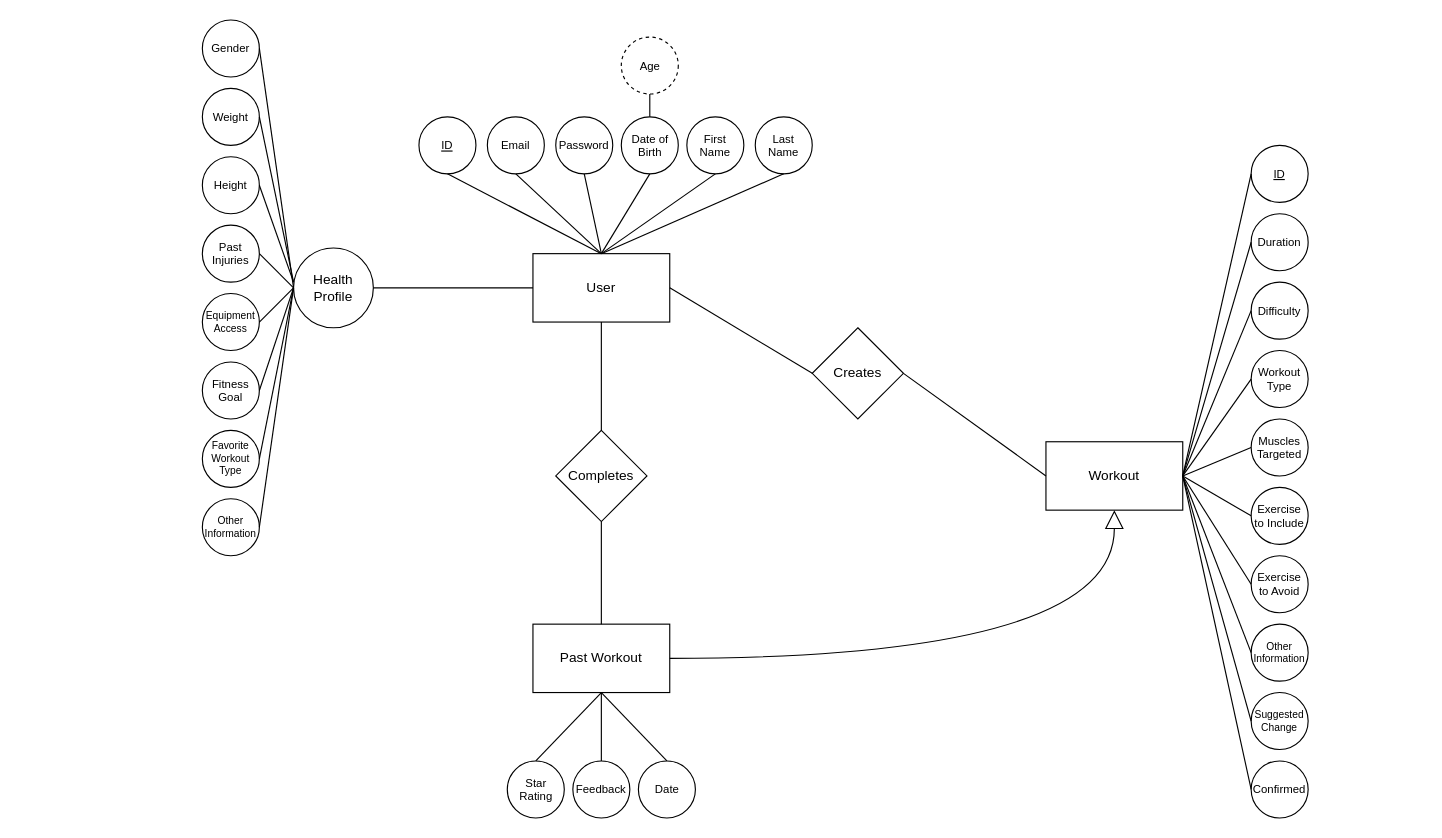
Earlier version of the draw.io diagram documents/Diagrams/ER_Diagram.drawio (Large-Lifting-Model/documents). Source tidied: cells renumbered, new cells numbered last; positions are measured from the earlier drawing's top-left corner, leaving out a move shared by most shapes. Both pictures are drawn from the tidied source at 114%, with x=0, y=0 at pixel (202, 19).
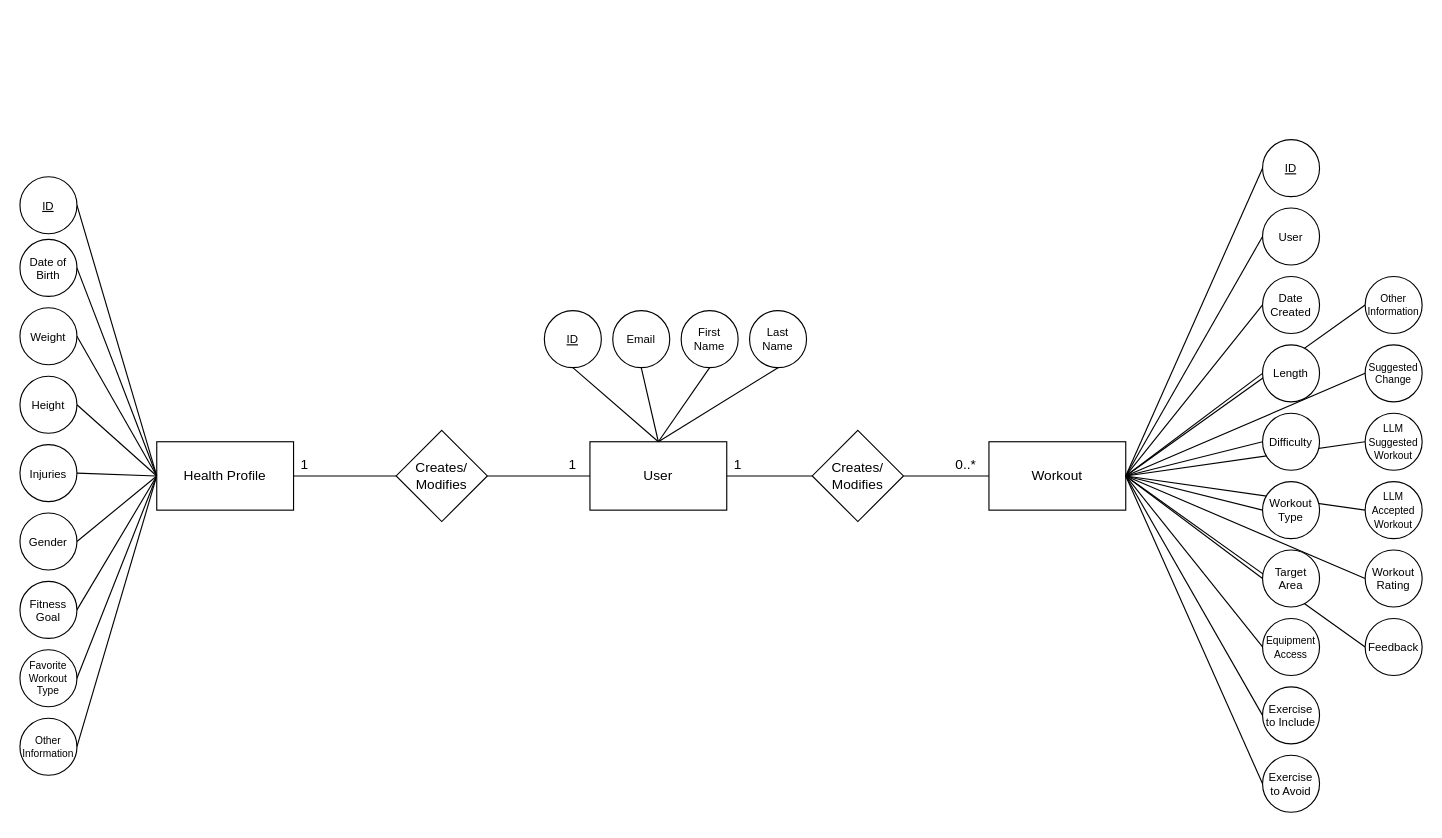
After the change.

What changed in the source:
```diff
@@
+    <mxCell id="59" style="endArrow=none;html=1;rounded=0;entryX=0;entryY=0.5;entryDx=0;entryDy=0;exitX=1;exitY=0.5;exitDx=0;exitDy=0;" parent="1" edge="1" source="4" target="22">
+      <mxGeometry relative="1" as="geometry" />
+    </mxCell>
+    <mxCell id="60" style="endArrow=none;html=1;rounded=0;entryX=0;entryY=0.5;entryDx=0;entryDy=0;exitX=1;exitY=0.5;exitDx=0;exitDy=0;" parent="1" edge="1" source="4" target="23">
+      <mxGeometry relative="1" as="geometry" />
+    </mxCell>
+    <mxCell id="61" style="endArrow=none;html=1;rounded=0;entryX=0;entryY=0.5;entryDx=0;entryDy=0;exitX=1;exitY=0.5;exitDx=0;exitDy=0;" parent="1" edge="1" source="4" target="24">
+      <mxGeometry relative="1" as="geometry" />
+    </mxCell>
+    <mxCell id="70" style="endArrow=none;html=1;rounded=0;entryX=1;entryY=0.5;entryDx=0;entryDy=0;exitX=0;exitY=0.5;exitDx=0;exitDy=0;" parent="1" edge="1" source="83" target="4">
+      <mxGeometry relative="1" as="geometry" />
+    </mxCell>
+    <mxCell id="71" style="endArrow=none;html=1;rounded=0;entryX=0;entryY=0.5;entryDx=0;entryDy=0;exitX=1;exitY=0.5;exitDx=0;exitDy=0;" parent="1" edge="1" source="4" target="21">
+      <mxGeometry relative="1" as="geometry" />
+    </mxCell>
+    <mxCell id="72" style="endArrow=none;html=1;rounded=0;entryX=0;entryY=0.5;entryDx=0;entryDy=0;exitX=1;exitY=0.5;exitDx=0;exitDy=0;" parent="1" edge="1" source="4" target="20">
+      <mxGeometry relative="1" as="geometry" />
+    </mxCell>
     <mxCell id="2" value="User" style="rounded=0;whiteSpace=wrap;html=1;" parent="1" vertex="1">
-      <mxGeometry x="290" y="205" width="120" height="60" as="geometry" />
+      <mxGeometry x="340" y="370" width="120" height="60" as="geometry" />
     </mxCell>
-    <mxCell id="3" value="Past Workout" style="rounded=0;whiteSpace=wrap;html=1;" parent="1" vertex="1">
-      <mxGeometry x="290" y="530" width="120" height="60" as="geometry" />
-    </mxCell>
     <mxCell id="4" value="Workout" style="rounded=0;whiteSpace=wrap;html=1;" parent="1" vertex="1">
-      <mxGeometry x="740" y="370" width="120" height="60" as="geometry" />
+      <mxGeometry x="690" y="370" width="120" height="60" as="geometry" />
     </mxCell>
     <mxCell id="5" value="ID" style="ellipse;whiteSpace=wrap;html=1;fontSize=10;fontStyle=4;" parent="1" vertex="1">
-      <mxGeometry x="190" y="85" width="50" height="50" as="geometry" />
+      <mxGeometry x="300" y="255" width="50" height="50" as="geometry" />
     </mxCell>
     <mxCell id="6" value="Height" style="ellipse;whiteSpace=wrap;html=1;fontSize=10;fontStyle=0;" parent="1" vertex="1">
-      <mxGeometry y="120" width="50" height="50" as="geometry" />
+      <mxGeometry x="-160" y="312.5" width="50" height="50" as="geometry" />
     </mxCell>
-    <mxCell id="7" value="Gender" style="ellipse;whiteSpace=wrap;html=1;fontSize=10;fontStyle=0;" parent="1" vertex="1">
-      <mxGeometry width="50" height="50" as="geometry" />
+    <mxCell id="7" value="Date of Birth" style="ellipse;whiteSpace=wrap;html=1;fontSize=10;fontStyle=0;" parent="1" vertex="1">
+      <mxGeometry x="-160" y="192.5" width="50" height="50" as="geometry" />
     </mxCell>
-    <mxCell id="8" value="Date of Birth" style="ellipse;whiteSpace=wrap;html=1;fontSize=10;fontStyle=0;" parent="1" vertex="1">
-      <mxGeometry x="367.5" y="85" width="50" height="50" as="geometry" />
-    </mxCell>
     <mxCell id="9" value="Last Name" style="ellipse;whiteSpace=wrap;html=1;fontSize=10;fontStyle=0;" parent="1" vertex="1">
-      <mxGeometry x="485" y="85" width="50" height="50" as="geometry" />
+      <mxGeometry x="480" y="255" width="50" height="50" as="geometry" />
     </mxCell>
     <mxCell id="10" value="First Name" style="ellipse;whiteSpace=wrap;html=1;fontSize=10;fontStyle=0;" parent="1" vertex="1">
-      <mxGeometry x="425" y="85" width="50" height="50" as="geometry" />
+      <mxGeometry x="420" y="255" width="50" height="50" as="geometry" />
     </mxCell>
-    <mxCell id="11" value="Password" style="ellipse;whiteSpace=wrap;html=1;fontSize=10;fontStyle=0;" parent="1" vertex="1">
-      <mxGeometry x="310" y="85" width="50" height="50" as="geometry" />
-    </mxCell>
     <mxCell id="12" value="Email" style="ellipse;whiteSpace=wrap;html=1;fontSize=10;fontStyle=0;" parent="1" vertex="1">
-      <mxGeometry x="250" y="85" width="50" height="50" as="geometry" />
+      <mxGeometry x="360" y="255" width="50" height="50" as="geometry" />
     </mxCell>
     <mxCell id="13" value="Other Information" style="ellipse;whiteSpace=wrap;html=1;fontSize=9;fontStyle=0;" parent="1" vertex="1">
-      <mxGeometry y="420" width="50" height="50" as="geometry" />
+      <mxGeometry x="-160" y="612.5" width="50" height="50" as="geometry" />
     </mxCell>
-    <mxCell id="14" value="Past Injuries" style="ellipse;whiteSpace=wrap;html=1;fontSize=10;fontStyle=0;" parent="1" vertex="1">
-      <mxGeometry y="180" width="50" height="50" as="geometry" />
+    <mxCell id="14" value="Injuries" style="ellipse;whiteSpace=wrap;html=1;fontSize=10;fontStyle=0;" parent="1" vertex="1">
+      <mxGeometry x="-160" y="372.5" width="50" height="50" as="geometry" />
     </mxCell>
-    <mxCell id="15" value="Equipment&lt;div style=&quot;font-size: 9px;&quot;&gt;Access&lt;/div&gt;" style="ellipse;whiteSpace=wrap;html=1;fontSize=9;fontStyle=0;" parent="1" vertex="1">
-      <mxGeometry y="240" width="50" height="50" as="geometry" />
+    <mxCell id="15" value="&lt;font style=&quot;font-size: 10px;&quot;&gt;Gender&lt;/font&gt;" style="ellipse;whiteSpace=wrap;html=1;fontSize=9;fontStyle=0;" parent="1" vertex="1">
+      <mxGeometry x="-160" y="432.5" width="50" height="50" as="geometry" />
     </mxCell>
     <mxCell id="16" value="Fitness Goal" style="ellipse;whiteSpace=wrap;html=1;fontSize=10;fontStyle=0;" parent="1" vertex="1">
-      <mxGeometry y="300" width="50" height="50" as="geometry" />
+      <mxGeometry x="-160" y="492.5" width="50" height="50" as="geometry" />
     </mxCell>
     <mxCell id="17" value="Favorite Workout Type" style="ellipse;whiteSpace=wrap;html=1;fontSize=9;fontStyle=0;" parent="1" vertex="1">
-      <mxGeometry y="360" width="50" height="50" as="geometry" />
+      <mxGeometry x="-160" y="552.5" width="50" height="50" as="geometry" />
     </mxCell>
     <mxCell id="18" value="Weight" style="ellipse;whiteSpace=wrap;html=1;fontSize=10;fontStyle=0;" parent="1" vertex="1">
-      <mxGeometry y="60" width="50" height="50" as="geometry" />
+      <mxGeometry x="-160" y="252.5" width="50" height="50" as="geometry" />
     </mxCell>
-    <mxCell id="19" value="Date" style="ellipse;whiteSpace=wrap;html=1;fontSize=10;fontStyle=0;" parent="1" vertex="1">
-      <mxGeometry x="382.5" y="650" width="50" height="50" as="geometry" />
+    <mxCell id="19" value="Date Created" style="ellipse;whiteSpace=wrap;html=1;fontSize=10;fontStyle=0;" parent="1" vertex="1">
+      <mxGeometry x="930" y="225" width="50" height="50" as="geometry" />
     </mxCell>
     <mxCell id="20" value="Feedback" style="ellipse;whiteSpace=wrap;html=1;fontSize=10;fontStyle=0;" parent="1" vertex="1">
-      <mxGeometry x="325" y="650" width="50" height="50" as="geometry" />
+      <mxGeometry x="1020" y="525" width="50" height="50" as="geometry" />
     </mxCell>
-    <mxCell id="21" value="Star Rating" style="ellipse;whiteSpace=wrap;html=1;fontSize=10;fontStyle=0;" parent="1" vertex="1">
-      <mxGeometry x="267.5" y="650" width="50" height="50" as="geometry" />
+    <mxCell id="21" value="Workout Rating" style="ellipse;whiteSpace=wrap;html=1;fontSize=10;fontStyle=0;" parent="1" vertex="1">
+      <mxGeometry x="1020" y="465" width="50" height="50" as="geometry" />
     </mxCell>
-    <mxCell id="22" value="Confirmed" style="ellipse;whiteSpace=wrap;html=1;fontSize=10;fontStyle=0;" parent="1" vertex="1">
-      <mxGeometry x="920" y="650" width="50" height="50" as="geometry" />
+    <mxCell id="22" value="&lt;font style=&quot;font-size: 9px;&quot;&gt;LLM Suggested Workout&lt;/font&gt;" style="ellipse;whiteSpace=wrap;html=1;fontSize=10;fontStyle=0;" parent="1" vertex="1">
+      <mxGeometry x="1020" y="345" width="50" height="50" as="geometry" />
     </mxCell>
     <mxCell id="23" value="Suggested Change" style="ellipse;whiteSpace=wrap;html=1;fontSize=9;fontStyle=0;" parent="1" vertex="1">
-      <mxGeometry x="920" y="590" width="50" height="50" as="geometry" />
+      <mxGeometry x="1020" y="285" width="50" height="50" as="geometry" />
     </mxCell>
     <mxCell id="24" value="Other Information" style="ellipse;whiteSpace=wrap;html=1;fontSize=9;fontStyle=0;" parent="1" vertex="1">
-      <mxGeometry x="920" y="530" width="50" height="50" as="geometry" />
+      <mxGeometry x="1020" y="225" width="50" height="50" as="geometry" />
     </mxCell>
     <mxCell id="25" value="Exercise to Avoid" style="ellipse;whiteSpace=wrap;html=1;fontSize=10;fontStyle=0;" parent="1" vertex="1">
-      <mxGeometry x="920" y="470" width="50" height="50" as="geometry" />
+      <mxGeometry x="930" y="645" width="50" height="50" as="geometry" />
     </mxCell>
     <mxCell id="26" value="Exercise to Include" style="ellipse;whiteSpace=wrap;html=1;fontSize=10;fontStyle=0;" parent="1" vertex="1">
-      <mxGeometry x="920" y="410" width="50" height="50" as="geometry" />
+      <mxGeometry x="930" y="585" width="50" height="50" as="geometry" />
     </mxCell>
-    <mxCell id="27" value="Muscles Targeted" style="ellipse;whiteSpace=wrap;html=1;fontSize=10;fontStyle=0;" parent="1" vertex="1">
-      <mxGeometry x="920" y="350" width="50" height="50" as="geometry" />
+    <mxCell id="27" value="Target Area" style="ellipse;whiteSpace=wrap;html=1;fontSize=10;fontStyle=0;" parent="1" vertex="1">
+      <mxGeometry x="930" y="465" width="50" height="50" as="geometry" />
     </mxCell>
     <mxCell id="28" value="Workout Type" style="ellipse;whiteSpace=wrap;html=1;fontSize=10;fontStyle=0;" parent="1" vertex="1">
-      <mxGeometry x="920" y="290" width="50" height="50" as="geometry" />
+      <mxGeometry x="930" y="405" width="50" height="50" as="geometry" />
     </mxCell>
     <mxCell id="29" value="Difficulty" style="ellipse;whiteSpace=wrap;html=1;fontSize=10;fontStyle=0;" parent="1" vertex="1">
-      <mxGeometry x="920" y="230" width="50" height="50" as="geometry" />
+      <mxGeometry x="930" y="345" width="50" height="50" as="geometry" />
     </mxCell>
-    <mxCell id="30" value="Duration" style="ellipse;whiteSpace=wrap;html=1;fontSize=10;fontStyle=0;" parent="1" vertex="1">
-      <mxGeometry x="920" y="170" width="50" height="50" as="geometry" />
+    <mxCell id="30" value="Length" style="ellipse;whiteSpace=wrap;html=1;fontSize=10;fontStyle=0;" parent="1" vertex="1">
+      <mxGeometry x="930" y="285" width="50" height="50" as="geometry" />
     </mxCell>
     <mxCell id="31" value="ID" style="ellipse;whiteSpace=wrap;html=1;fontSize=10;fontStyle=4;" parent="1" vertex="1">
-      <mxGeometry x="920" y="110" width="50" height="50" as="geometry" />
+      <mxGeometry x="930" y="105" width="50" height="50" as="geometry" />
     </mxCell>
-    <mxCell id="32" style="endArrow=block;html=1;rounded=0;entryX=0.5;entryY=1;entryDx=0;entryDy=0;exitX=1;exitY=0.5;exitDx=0;exitDy=0;edgeStyle=orthogonalEdgeStyle;curved=1;endFill=0;endSize=14;" parent="1" edge="1" source="3" target="4">
-      <mxGeometry relative="1" as="geometry" />
-    </mxCell>
-    <mxCell id="33" value="Creates" style="rhombus;whiteSpace=wrap;html=1;" parent="1" vertex="1">
-      <mxGeometry x="535" y="270" width="80" height="80" as="geometry" />
+    <mxCell id="33" value="Creates/ Modifies" style="rhombus;whiteSpace=wrap;html=1;" parent="1" vertex="1">
+      <mxGeometry x="535" y="360" width="80" height="80" as="geometry" />
     </mxCell>
-    <mxCell id="34" value="Completes" style="rhombus;whiteSpace=wrap;html=1;" parent="1" vertex="1">
-      <mxGeometry x="310" y="360" width="80" height="80" as="geometry" />
-    </mxCell>
-    <mxCell id="35" value="Health Profile" style="ellipse;whiteSpace=wrap;html=1;" parent="1" vertex="1">
-      <mxGeometry x="80" y="200" width="70" height="70" as="geometry" />
-    </mxCell>
-    <mxCell id="36" style="endArrow=none;html=1;rounded=0;entryX=0;entryY=0.5;entryDx=0;entryDy=0;exitX=1;exitY=0.5;exitDx=0;exitDy=0;" parent="1" edge="1" source="35" target="2">
-      <mxGeometry relative="1" as="geometry" />
-    </mxCell>
-    <mxCell id="37" value="Age" style="ellipse;whiteSpace=wrap;html=1;fontSize=10;fontStyle=0;dashed=1;" parent="1" vertex="1">
-      <mxGeometry x="367.5" y="15" width="50" height="50" as="geometry" />
-    </mxCell>
@@
-    <mxCell id="40" style="endArrow=none;html=1;rounded=0;entryX=0.5;entryY=1;entryDx=0;entryDy=0;exitX=0.5;exitY=0;exitDx=0;exitDy=0;" parent="1" edge="1" source="34" target="2">
-      <mxGeometry relative="1" as="geometry" />
-    </mxCell>
-    <mxCell id="41" style="endArrow=none;html=1;rounded=0;exitX=0.5;exitY=1;exitDx=0;exitDy=0;entryX=0.5;entryY=0;entryDx=0;entryDy=0;" parent="1" edge="1" source="34" target="3">
-      <mxGeometry relative="1" as="geometry" />
-    </mxCell>
@@
-    <mxCell id="43" style="endArrow=none;html=1;rounded=0;exitX=1;exitY=0.5;exitDx=0;exitDy=0;" parent="1" edge="1" source="18">
-      <mxGeometry relative="1" as="geometry">
-        <mxPoint x="80" y="230" as="targetPoint" />
-      </mxGeometry>
+    <mxCell id="43" style="endArrow=none;html=1;rounded=0;exitX=1;exitY=0.5;exitDx=0;exitDy=0;entryX=0;entryY=0.5;entryDx=0;entryDy=0;" parent="1" edge="1" source="18" target="35">
+      <mxGeometry relative="1" as="geometry" />
     </mxCell>
-    <mxCell id="44" style="endArrow=none;html=1;rounded=0;exitX=1;exitY=0.5;exitDx=0;exitDy=0;" parent="1" edge="1" source="6">
-      <mxGeometry relative="1" as="geometry">
-        <mxPoint x="80" y="230" as="targetPoint" />
-      </mxGeometry>
+    <mxCell id="44" style="endArrow=none;html=1;rounded=0;exitX=1;exitY=0.5;exitDx=0;exitDy=0;entryX=0;entryY=0.5;entryDx=0;entryDy=0;" parent="1" edge="1" source="6" target="35">
+      <mxGeometry relative="1" as="geometry" />
     </mxCell>
@@
-    <mxCell id="52" style="endArrow=none;html=1;rounded=0;entryX=0.5;entryY=1;entryDx=0;entryDy=0;exitX=0.5;exitY=0;exitDx=0;exitDy=0;" parent="1" edge="1" source="2" target="11">
-      <mxGeometry relative="1" as="geometry" />
-    </mxCell>
-    <mxCell id="53" style="endArrow=none;html=1;rounded=0;entryX=0.5;entryY=1;entryDx=0;entryDy=0;exitX=0.5;exitY=0;exitDx=0;exitDy=0;" parent="1" edge="1" source="2" target="8">
-      <mxGeometry relative="1" as="geometry" />
-    </mxCell>
@@
-    <mxCell id="57" style="endArrow=none;html=1;rounded=0;entryX=0.5;entryY=1;entryDx=0;entryDy=0;exitX=0.5;exitY=0;exitDx=0;exitDy=0;" parent="1" edge="1" source="8" target="37">
-      <mxGeometry relative="1" as="geometry" />
-    </mxCell>
@@
-    <mxCell id="59" style="endArrow=none;html=1;rounded=0;entryX=0;entryY=0.5;entryDx=0;entryDy=0;exitX=1;exitY=0.5;exitDx=0;exitDy=0;" parent="1" edge="1" source="4" target="22">
-      <mxGeometry relative="1" as="geometry" />
-    </mxCell>
-    <mxCell id="60" style="endArrow=none;html=1;rounded=0;entryX=0;entryY=0.5;entryDx=0;entryDy=0;exitX=1;exitY=0.5;exitDx=0;exitDy=0;" parent="1" edge="1" source="4" target="23">
-      <mxGeometry relative="1" as="geometry" />
-    </mxCell>
-    <mxCell id="61" style="endArrow=none;html=1;rounded=0;entryX=0;entryY=0.5;entryDx=0;entryDy=0;exitX=1;exitY=0.5;exitDx=0;exitDy=0;" parent="1" edge="1" source="4" target="24">
-      <mxGeometry relative="1" as="geometry" />
-    </mxCell>
@@
-    <mxCell id="67" style="endArrow=none;html=1;rounded=0;exitX=0.5;exitY=1;exitDx=0;exitDy=0;entryX=0.5;entryY=0;entryDx=0;entryDy=0;" parent="1" edge="1" source="3" target="19">
-      <mxGeometry relative="1" as="geometry" />
-    </mxCell>
-    <mxCell id="68" style="endArrow=none;html=1;rounded=0;exitX=0.5;exitY=1;exitDx=0;exitDy=0;entryX=0.5;entryY=0;entryDx=0;entryDy=0;" parent="1" edge="1" source="3" target="20">
-      <mxGeometry relative="1" as="geometry" />
-    </mxCell>
-    <mxCell id="69" style="endArrow=none;html=1;rounded=0;entryX=0.5;entryY=1;entryDx=0;entryDy=0;exitX=0.5;exitY=0;exitDx=0;exitDy=0;" parent="1" edge="1" source="21" target="3">
-      <mxGeometry relative="1" as="geometry" />
-    </mxCell>
+    <mxCell id="35" value="Health Profile" style="rounded=0;whiteSpace=wrap;html=1;" parent="1" vertex="1">
+      <mxGeometry x="-40" y="370" width="120" height="60" as="geometry" />
+    </mxCell>
+    <mxCell id="73" value="Creates/ Modifies" style="rhombus;whiteSpace=wrap;html=1;" parent="1" vertex="1">
+      <mxGeometry x="170" y="360" width="80" height="80" as="geometry" />
+    </mxCell>
+    <mxCell id="74" style="endArrow=none;html=1;rounded=0;entryX=0;entryY=0.5;entryDx=0;entryDy=0;" parent="1" edge="1" source="73" target="2">
+      <mxGeometry relative="1" as="geometry" />
+    </mxCell>
+    <mxCell id="75" style="endArrow=none;html=1;rounded=0;entryX=0;entryY=0.5;entryDx=0;entryDy=0;exitX=1;exitY=0.5;exitDx=0;exitDy=0;" parent="1" edge="1" source="35" target="73">
+      <mxGeometry relative="1" as="geometry" />
+    </mxCell>
+    <mxCell id="76" style="endArrow=none;html=1;rounded=0;exitX=1;exitY=0.5;exitDx=0;exitDy=0;entryX=0;entryY=0.5;entryDx=0;entryDy=0;" parent="1" edge="1" source="77" target="35">
+      <mxGeometry relative="1" as="geometry" />
+    </mxCell>
+    <mxCell id="77" value="ID" style="ellipse;whiteSpace=wrap;html=1;fontSize=10;fontStyle=4;" parent="1" vertex="1">
+      <mxGeometry x="-160" y="137.5" width="50" height="50" as="geometry" />
+    </mxCell>
+    <mxCell id="78" value="User" style="ellipse;whiteSpace=wrap;html=1;fontSize=10;fontStyle=0;" parent="1" vertex="1">
+      <mxGeometry x="930" y="165" width="50" height="50" as="geometry" />
+    </mxCell>
+    <mxCell id="79" style="endArrow=none;html=1;rounded=0;entryX=0;entryY=0.5;entryDx=0;entryDy=0;exitX=1;exitY=0.5;exitDx=0;exitDy=0;" parent="1" edge="1" source="4" target="78">
+      <mxGeometry relative="1" as="geometry" />
+    </mxCell>
+    <mxCell id="80" style="endArrow=none;html=1;rounded=0;entryX=0;entryY=0.5;entryDx=0;entryDy=0;exitX=1;exitY=0.5;exitDx=0;exitDy=0;" parent="1" edge="1" source="4" target="19">
+      <mxGeometry relative="1" as="geometry" />
+    </mxCell>
+    <mxCell id="81" value="&lt;font style=&quot;font-size: 9px;&quot;&gt;Equipment Access&lt;/font&gt;" style="ellipse;whiteSpace=wrap;html=1;fontSize=10;fontStyle=0;" parent="1" vertex="1">
+      <mxGeometry x="930" y="525" width="50" height="50" as="geometry" />
+    </mxCell>
+    <mxCell id="82" style="endArrow=none;html=1;rounded=0;entryX=0;entryY=0.5;entryDx=0;entryDy=0;exitX=1;exitY=0.5;exitDx=0;exitDy=0;" parent="1" edge="1" source="4" target="81">
+      <mxGeometry relative="1" as="geometry" />
+    </mxCell>
+    <mxCell id="83" value="&lt;font style=&quot;font-size: 9px;&quot;&gt;LLM Accepted Workout&lt;/font&gt;" style="ellipse;whiteSpace=wrap;html=1;fontSize=10;fontStyle=0;" parent="1" vertex="1">
+      <mxGeometry x="1020" y="405" width="50" height="50" as="geometry" />
+    </mxCell>
+    <mxCell id="84" value="1" style="text;html=1;align=center;verticalAlign=middle;whiteSpace=wrap;rounded=0;" parent="1" vertex="1">
+      <mxGeometry x="440" y="375" width="60" height="30" as="geometry" />
+    </mxCell>
+    <mxCell id="85" value="0..*" style="text;html=1;align=center;verticalAlign=middle;whiteSpace=wrap;rounded=0;" parent="1" vertex="1">
+      <mxGeometry x="640" y="375" width="60" height="30" as="geometry" />
+    </mxCell>
+    <mxCell id="86" value="1" style="text;html=1;align=center;verticalAlign=middle;whiteSpace=wrap;rounded=0;" parent="1" vertex="1">
+      <mxGeometry x="295" y="375" width="60" height="30" as="geometry" />
+    </mxCell>
+    <mxCell id="87" value="1" style="text;html=1;align=center;verticalAlign=middle;whiteSpace=wrap;rounded=0;" parent="1" vertex="1">
+      <mxGeometry x="60" y="375" width="60" height="30" as="geometry" />
+    </mxCell>
```
